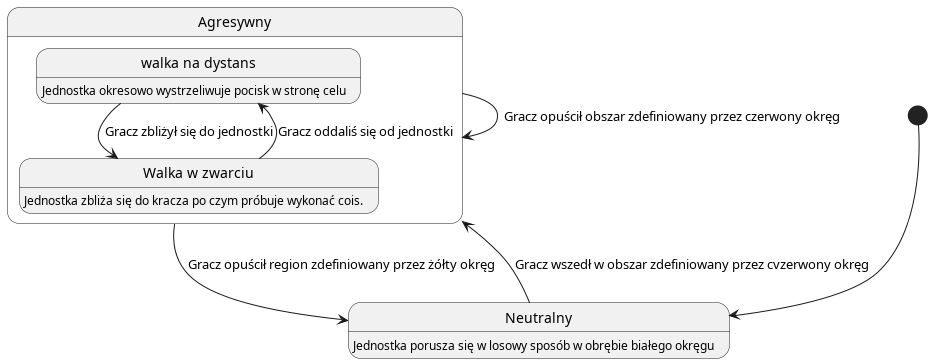
This is docs/uml/ai.png from YetAnotherSpieskowcy/RTS, a PlantUML export, as it was before one commit.
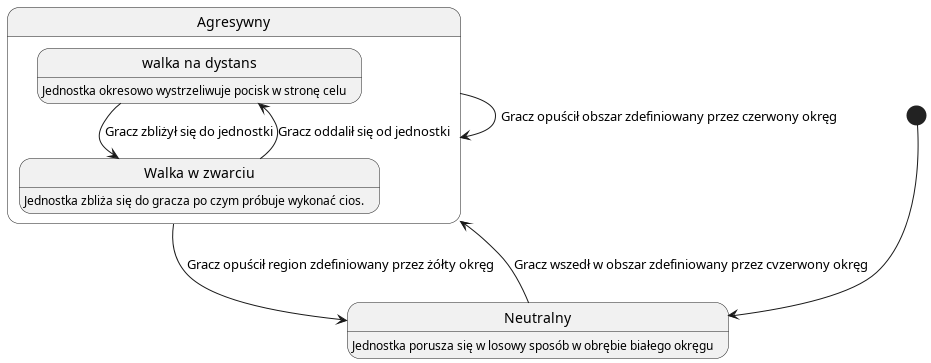
Later version of the same file.

Change to the diagram source:
```diff
@@ -4,8 +4,8 @@
 Neutralny : Jednostka porusza się w losowy sposób w obrębie białego okręgu
 state Agresywny {
   range --> melee : Gracz zbliżył się do jednostki
-  melee --> range : Gracz oddaliś się od jednostki
-  state melee as "Walka w zwarciu" : Jednostka zbliża się do kracza po czym próbuje wykonać cois.
+  melee --> range : Gracz oddalił się od jednostki
+  state melee as "Walka w zwarciu" : Jednostka zbliża się do gracza po czym próbuje wykonać cios.
   state range as "walka na dystans" : Jednostka okresowo wystrzeliwuje pocisk w stronę celu
 }
 Agresywny -> Neutralny : Gracz opuścił region zdefiniowany przez żółty okręg
```
